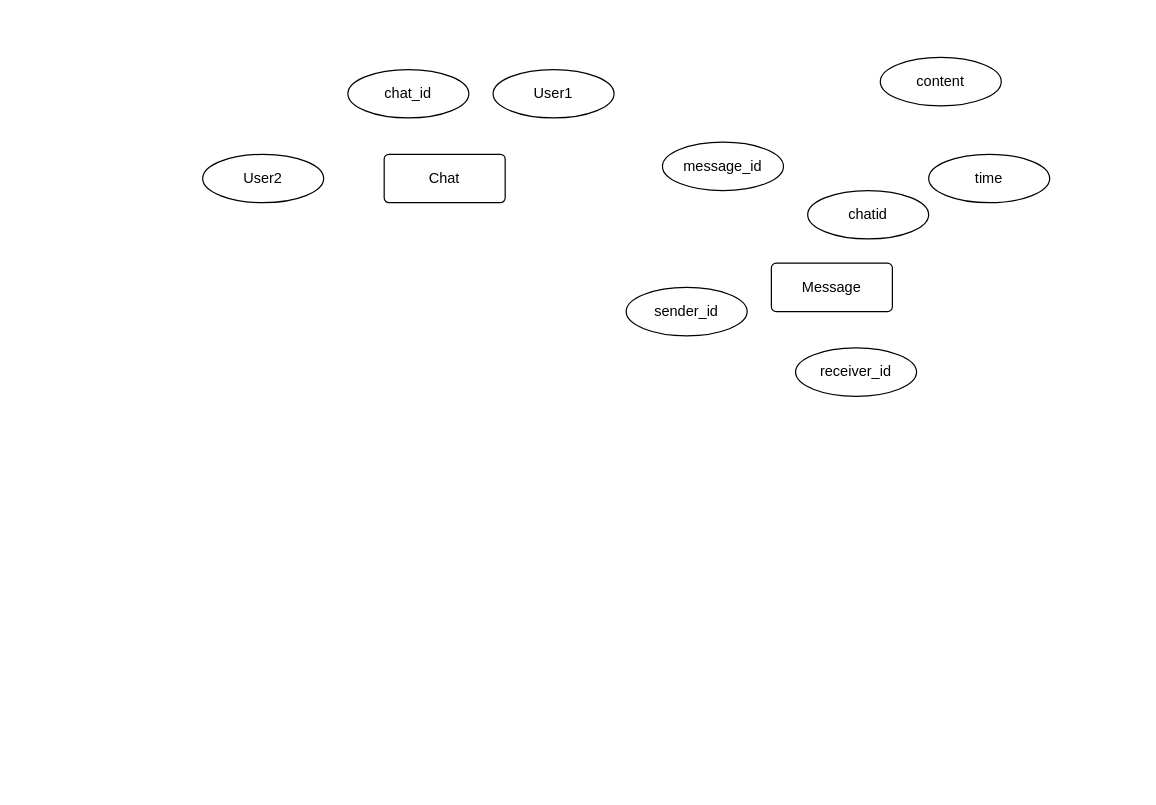
Before: Draw.io/Untitled Diagram.drawio in Vishwanath61/21CS210-DBMS-LAB, a draw.io diagram. Source tidied: cells renumbered, new cells numbered last; positions are measured from the earlier drawing's top-left corner, leaving out a move shared by most shapes. Both pictures are drawn from the tidied source at 121%, with x=0, y=0 at pixel (202, 57).
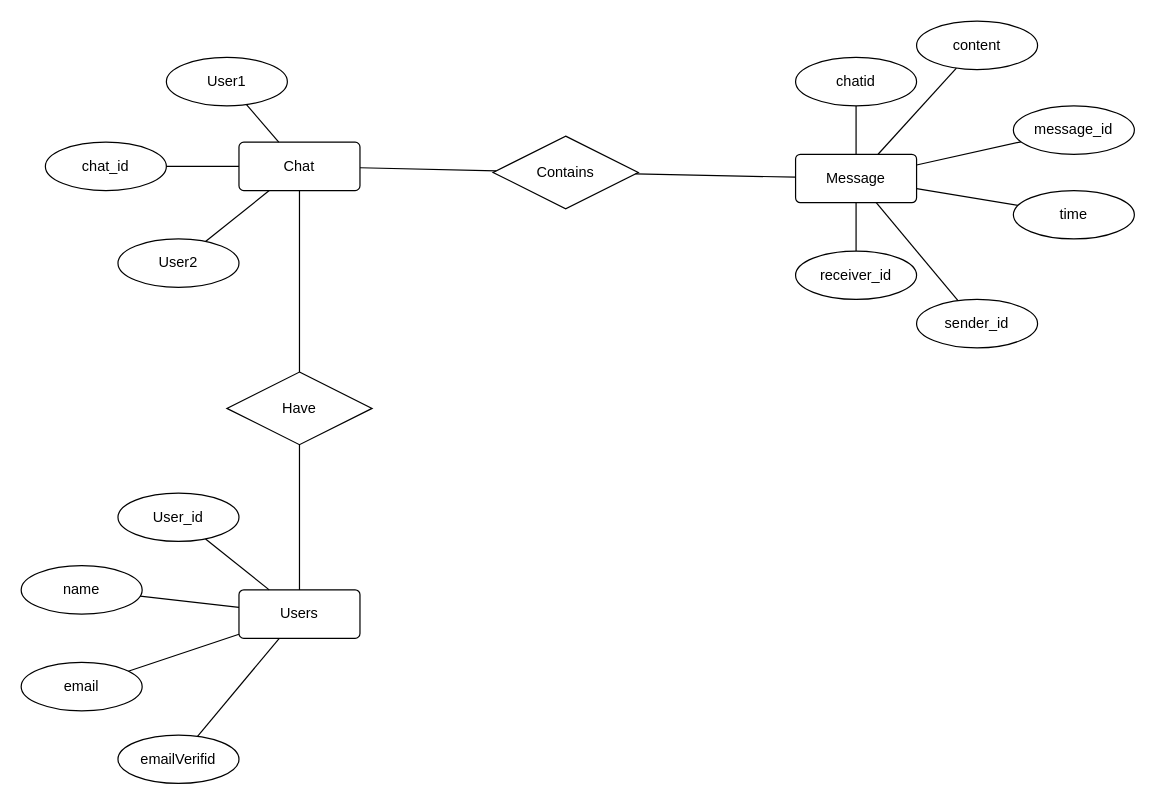
The same diagram, later.

Change to the diagram source:
```diff
@@
+    <mxCell id="13" style="group;" parent="1" vertex="1">
+      <mxGeometry x="-130" width="260" height="190" as="geometry" />
+    </mxCell>
-    <mxCell id="2" value="Chat" style="rounded=1;arcSize=10;whiteSpace=wrap;html=1;align=center;" parent="1" vertex="1">
-      <mxGeometry x="150" y="80" width="100" height="40" as="geometry" />
+    <mxCell id="2" value="Chat" style="rounded=1;arcSize=10;whiteSpace=wrap;html=1;align=center;" parent="13" vertex="1">
+      <mxGeometry x="160" y="70" width="100" height="40" as="geometry" />
     </mxCell>
-    <mxCell id="3" value="chat_id" style="ellipse;whiteSpace=wrap;html=1;align=center;" parent="1" vertex="1">
-      <mxGeometry x="120" y="10" width="100" height="40" as="geometry" />
+    <mxCell id="3" value="chat_id" style="ellipse;whiteSpace=wrap;html=1;align=center;" parent="13" vertex="1">
+      <mxGeometry y="70" width="100" height="40" as="geometry" />
     </mxCell>
-    <mxCell id="4" value="User2" style="ellipse;whiteSpace=wrap;html=1;align=center;" parent="1" vertex="1">
-      <mxGeometry y="80" width="100" height="40" as="geometry" />
+    <mxCell id="4" value="User2" style="ellipse;whiteSpace=wrap;html=1;align=center;" parent="13" vertex="1">
+      <mxGeometry x="60" y="150" width="100" height="40" as="geometry" />
     </mxCell>
-    <mxCell id="5" value="User1" style="ellipse;whiteSpace=wrap;html=1;align=center;" parent="1" vertex="1">
-      <mxGeometry x="240" y="10" width="100" height="40" as="geometry" />
+    <mxCell id="5" value="User1" style="ellipse;whiteSpace=wrap;html=1;align=center;" parent="13" vertex="1">
+      <mxGeometry x="100" width="100" height="40" as="geometry" />
     </mxCell>
+    <mxCell id="14" style="endArrow=none;html=1;rounded=0;" parent="13" edge="1" source="4" target="2">
+      <mxGeometry relative="1" as="geometry" />
+    </mxCell>
+    <mxCell id="15" style="endArrow=none;html=1;rounded=0;" parent="13" edge="1" source="3" target="2">
+      <mxGeometry relative="1" as="geometry" />
+    </mxCell>
+    <mxCell id="16" style="endArrow=none;html=1;rounded=0;" parent="13" edge="1" source="2" target="5">
+      <mxGeometry relative="1" as="geometry" />
+    </mxCell>
+    <mxCell id="17" style="group;" parent="1" vertex="1">
+      <mxGeometry x="490" y="-30" width="280" height="270" as="geometry" />
+    </mxCell>
-    <mxCell id="6" value="Message" style="rounded=1;arcSize=10;whiteSpace=wrap;html=1;align=center;" parent="1" vertex="1">
-      <mxGeometry x="470" y="170" width="100" height="40" as="geometry" />
+    <mxCell id="6" value="Message" style="rounded=1;arcSize=10;whiteSpace=wrap;html=1;align=center;" parent="17" vertex="1">
+      <mxGeometry y="110" width="100" height="40" as="geometry" />
     </mxCell>
-    <mxCell id="7" value="message_id" style="ellipse;whiteSpace=wrap;html=1;align=center;" parent="1" vertex="1">
-      <mxGeometry x="380" y="70" width="100" height="40" as="geometry" />
+    <mxCell id="7" value="message_id" style="ellipse;whiteSpace=wrap;html=1;align=center;" parent="17" vertex="1">
+      <mxGeometry x="180" y="70" width="100" height="40" as="geometry" />
     </mxCell>
-    <mxCell id="8" value="chatid" style="ellipse;whiteSpace=wrap;html=1;align=center;" parent="1" vertex="1">
-      <mxGeometry x="500" y="110" width="100" height="40" as="geometry" />
+    <mxCell id="8" value="chatid" style="ellipse;whiteSpace=wrap;html=1;align=center;" parent="17" vertex="1">
+      <mxGeometry y="30" width="100" height="40" as="geometry" />
     </mxCell>
-    <mxCell id="9" value="sender_id" style="ellipse;whiteSpace=wrap;html=1;align=center;" parent="1" vertex="1">
-      <mxGeometry x="350" y="190" width="100" height="40" as="geometry" />
+    <mxCell id="9" value="sender_id" style="ellipse;whiteSpace=wrap;html=1;align=center;" parent="17" vertex="1">
+      <mxGeometry x="100" y="230" width="100" height="40" as="geometry" />
     </mxCell>
-    <mxCell id="10" value="time" style="ellipse;whiteSpace=wrap;html=1;align=center;" parent="1" vertex="1">
-      <mxGeometry x="600" y="80" width="100" height="40" as="geometry" />
+    <mxCell id="10" value="time" style="ellipse;whiteSpace=wrap;html=1;align=center;" parent="17" vertex="1">
+      <mxGeometry x="180" y="140" width="100" height="40" as="geometry" />
     </mxCell>
-    <mxCell id="11" value="content" style="ellipse;whiteSpace=wrap;html=1;align=center;" parent="1" vertex="1">
-      <mxGeometry x="560" width="100" height="40" as="geometry" />
+    <mxCell id="11" value="content" style="ellipse;whiteSpace=wrap;html=1;align=center;" parent="17" vertex="1">
+      <mxGeometry x="100" width="100" height="40" as="geometry" />
     </mxCell>
-    <mxCell id="12" value="receiver_id" style="ellipse;whiteSpace=wrap;html=1;align=center;" parent="1" vertex="1">
-      <mxGeometry x="490" y="240" width="100" height="40" as="geometry" />
+    <mxCell id="12" value="receiver_id" style="ellipse;whiteSpace=wrap;html=1;align=center;" parent="17" vertex="1">
+      <mxGeometry y="190" width="100" height="40" as="geometry" />
     </mxCell>
+    <mxCell id="18" style="endArrow=none;html=1;rounded=0;" parent="17" edge="1" source="6" target="8">
+      <mxGeometry relative="1" as="geometry" />
+    </mxCell>
+    <mxCell id="19" style="endArrow=none;html=1;rounded=0;" parent="17" edge="1" source="9" target="6">
+      <mxGeometry relative="1" as="geometry" />
+    </mxCell>
+    <mxCell id="20" style="endArrow=none;html=1;rounded=0;" parent="17" edge="1" source="12" target="6">
+      <mxGeometry relative="1" as="geometry" />
+    </mxCell>
+    <mxCell id="21" style="endArrow=none;html=1;rounded=0;" parent="17" edge="1" source="6" target="10">
+      <mxGeometry relative="1" as="geometry" />
+    </mxCell>
+    <mxCell id="22" style="endArrow=none;html=1;rounded=0;" parent="17" edge="1" source="6" target="7">
+      <mxGeometry relative="1" as="geometry" />
+    </mxCell>
+    <mxCell id="23" style="endArrow=none;html=1;rounded=0;" parent="17" edge="1" source="6" target="11">
+      <mxGeometry relative="1" as="geometry" />
+    </mxCell>
+    <mxCell id="24" value="Contains" style="shape=rhombus;perimeter=rhombusPerimeter;whiteSpace=wrap;html=1;align=center;" parent="1" vertex="1">
+      <mxGeometry x="240" y="65" width="120" height="60" as="geometry" />
+    </mxCell>
+    <mxCell id="25" style="endArrow=none;html=1;rounded=0;" parent="1" edge="1" source="2" target="24">
+      <mxGeometry relative="1" as="geometry" />
+    </mxCell>
+    <mxCell id="26" style="endArrow=none;html=1;rounded=0;" parent="1" edge="1" source="24" target="6">
+      <mxGeometry relative="1" as="geometry" />
+    </mxCell>
+    <mxCell id="27" value="Users" style="rounded=1;arcSize=10;whiteSpace=wrap;html=1;align=center;" parent="1" vertex="1">
+      <mxGeometry x="30" y="440" width="100" height="40" as="geometry" />
+    </mxCell>
+    <mxCell id="28" value="name" style="ellipse;whiteSpace=wrap;html=1;align=center;" parent="1" vertex="1">
+      <mxGeometry x="-150" y="420" width="100" height="40" as="geometry" />
+    </mxCell>
+    <mxCell id="29" value="User_id" style="ellipse;whiteSpace=wrap;html=1;align=center;" parent="1" vertex="1">
+      <mxGeometry x="-70" y="360" width="100" height="40" as="geometry" />
+    </mxCell>
+    <mxCell id="30" value="email" style="ellipse;whiteSpace=wrap;html=1;align=center;" parent="1" vertex="1">
+      <mxGeometry x="-150" y="500" width="100" height="40" as="geometry" />
+    </mxCell>
+    <mxCell id="31" value="Have" style="shape=rhombus;perimeter=rhombusPerimeter;whiteSpace=wrap;html=1;align=center;" parent="1" vertex="1">
+      <mxGeometry x="20" y="260" width="120" height="60" as="geometry" />
+    </mxCell>
+    <mxCell id="32" style="endArrow=none;html=1;rounded=0;" parent="1" edge="1" source="29" target="27">
+      <mxGeometry relative="1" as="geometry" />
+    </mxCell>
+    <mxCell id="33" style="endArrow=none;html=1;rounded=0;" parent="1" edge="1" source="28" target="27">
+      <mxGeometry relative="1" as="geometry" />
+    </mxCell>
+    <mxCell id="34" style="endArrow=none;html=1;rounded=0;" parent="1" edge="1" source="30" target="27">
+      <mxGeometry relative="1" as="geometry" />
+    </mxCell>
+    <mxCell id="35" style="endArrow=none;html=1;rounded=0;" parent="1" edge="1" source="31" target="2">
+      <mxGeometry relative="1" as="geometry" />
+    </mxCell>
+    <mxCell id="36" style="endArrow=none;html=1;rounded=0;entryX=0.5;entryY=0;entryDx=0;entryDy=0;" parent="1" edge="1" source="31" target="27">
+      <mxGeometry relative="1" as="geometry" />
+    </mxCell>
+    <mxCell id="37" value="emailVerifid" style="ellipse;whiteSpace=wrap;html=1;align=center;" parent="1" vertex="1">
+      <mxGeometry x="-70" y="560" width="100" height="40" as="geometry" />
+    </mxCell>
+    <mxCell id="38" style="endArrow=none;html=1;rounded=0;" parent="1" edge="1" source="37" target="27">
+      <mxGeometry relative="1" as="geometry" />
+    </mxCell>
```
